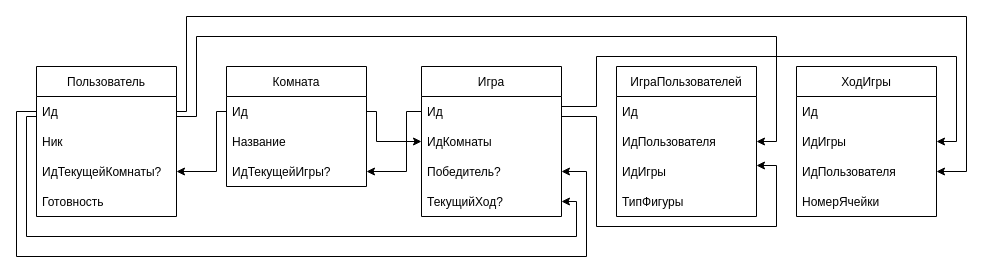
Before: XOgame.drawio in chuvakov/Xogame, a draw.io diagram. Source tidied: cells renumbered, new cells numbered last; positions are measured from the earlier drawing's top-left corner, leaving out a move shared by most shapes. Both pictures are drawn from the tidied source at 100%, with x=0, y=0 at pixel (16, 16).
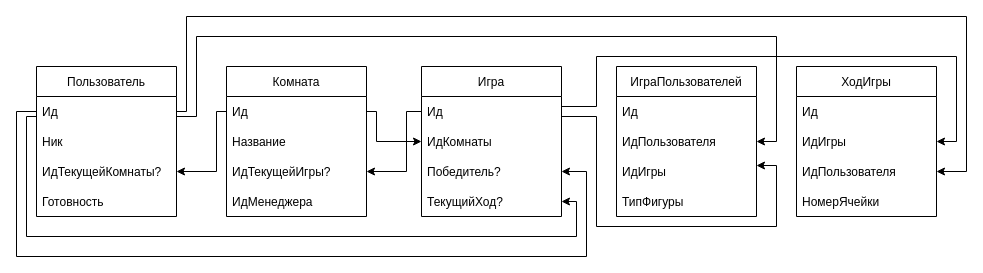
Above is the later version.

Change to the diagram source:
```diff
@@
     <mxCell id="7" value="Комната" style="swimlane;fontStyle=0;horizontal=1;startSize=30;" parent="1" vertex="1">
-      <mxGeometry x="210" y="50" width="140" height="120" as="geometry" />
+      <mxGeometry x="210" y="50" width="140" height="150" as="geometry" />
     </mxCell>
@@
+    <mxCell id="35" value="ИдМенеджера" style="text;strokeColor=none;fillColor=none;align=left;verticalAlign=middle;spacingLeft=4;spacingRight=4;overflow=hidden;" parent="7" vertex="1">
+      <mxGeometry y="120" width="140" height="30" as="geometry" />
+    </mxCell>
```
